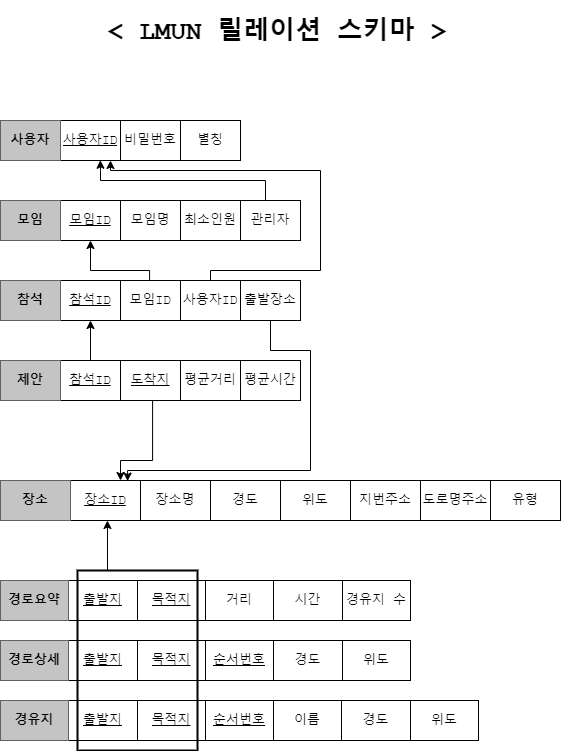
Earlier version of the draw.io export img/LMUN-Relation-Schema.png (jsjg73/LMUN_Ver2.1). Source tidied: cells renumbered, new cells last; positions are measured from the earlier drawing's top-left corner, leaving out a move shared by most shapes.
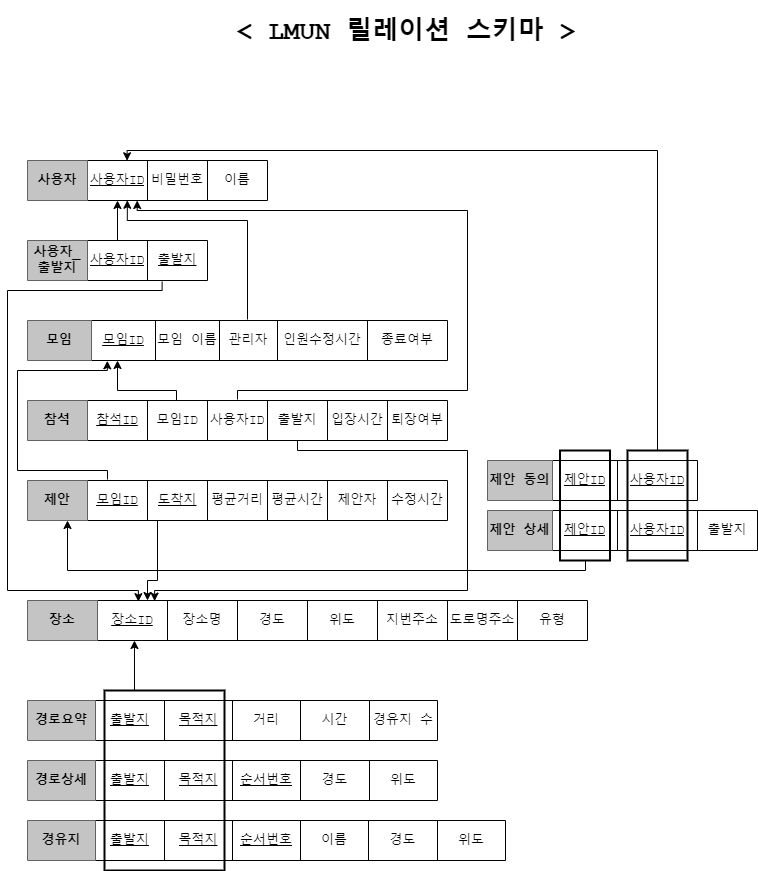
After the change.

Commit message:
update 릴레이션 스키마 이미지

What changed in the source:
```diff
@@ -5,24 +5,27 @@
     <mxCell id="2" style="shape=table;html=1;whiteSpace=wrap;startSize=0;fontFamily=Courier New;fontSize=13;fontColor=default;strokeColor=default;fillColor=default;" parent="1" vertex="1">
-      <mxGeometry y="190" width="300" height="40" as="geometry" />
+      <mxGeometry y="190" width="420" height="40" as="geometry" />
     </mxCell>
     <mxCell id="3" style="shape=partialRectangle;html=1;whiteSpace=wrap;fillColor=none;top=0;left=0;bottom=0;right=0;points=[[0,0.5],[1,0.5]];portConstraint=eastwest;fontFamily=Courier New;fontSize=13;fontColor=default;startSize=0;strokeColor=default;" parent="2" vertex="1">
-      <mxGeometry width="300" height="40" as="geometry" />
+      <mxGeometry width="420" height="40" as="geometry" />
     </mxCell>
     <mxCell id="4" value="&lt;b&gt;모임&lt;/b&gt;" style="shape=partialRectangle;html=1;whiteSpace=wrap;fillColor=#C4C4C4;top=0;left=0;bottom=0;right=0;overflow=hidden;fontFamily=Courier New;fontSize=13;fontColor=default;startSize=0;strokeColor=default;" parent="3" vertex="1">
-      <mxGeometry width="60" height="40" as="geometry" />
+      <mxGeometry width="64" height="40" as="geometry" />
     </mxCell>
     <mxCell id="5" value="&lt;u&gt;모임ID&lt;/u&gt;" style="shape=partialRectangle;html=1;whiteSpace=wrap;fillColor=none;top=0;left=0;bottom=0;right=0;overflow=hidden;fontFamily=Courier New;fontSize=13;fontColor=default;startSize=0;strokeColor=default;" parent="3" vertex="1">
-      <mxGeometry x="60" width="60" height="40" as="geometry" />
+      <mxGeometry x="64" width="64" height="40" as="geometry" />
     </mxCell>
-    <mxCell id="6" value="모임명" style="shape=partialRectangle;html=1;whiteSpace=wrap;fillColor=none;top=0;left=0;bottom=0;right=0;overflow=hidden;fontFamily=Courier New;fontSize=13;fontColor=default;startSize=0;strokeColor=default;" parent="3" vertex="1">
-      <mxGeometry x="120" width="60" height="40" as="geometry" />
+    <mxCell id="6" value="모임 이름" style="shape=partialRectangle;html=1;whiteSpace=wrap;fillColor=none;top=0;left=0;bottom=0;right=0;overflow=hidden;fontFamily=Courier New;fontSize=13;fontColor=default;startSize=0;strokeColor=default;" parent="3" vertex="1">
+      <mxGeometry x="128" width="64" height="40" as="geometry" />
     </mxCell>
-    <mxCell id="7" value="최소인원" style="shape=partialRectangle;html=1;whiteSpace=wrap;fillColor=none;top=0;left=0;bottom=0;right=0;overflow=hidden;fontFamily=Courier New;fontSize=13;fontColor=default;startSize=0;strokeColor=default;" parent="3" vertex="1">
-      <mxGeometry x="180" width="60" height="40" as="geometry" />
+    <mxCell id="7" value="관리자" style="shape=partialRectangle;html=1;whiteSpace=wrap;fillColor=none;top=0;left=0;bottom=0;right=0;overflow=hidden;fontFamily=Courier New;fontSize=13;fontColor=default;startSize=0;strokeColor=default;" parent="3" vertex="1">
+      <mxGeometry x="192" width="58" height="40" as="geometry" />
     </mxCell>
-    <mxCell id="8" value="관리자" style="shape=partialRectangle;html=1;whiteSpace=wrap;fillColor=none;top=0;left=0;bottom=0;right=0;overflow=hidden;fontFamily=Courier New;fontSize=13;fontColor=default;startSize=0;strokeColor=default;" parent="3" vertex="1">
-      <mxGeometry x="240" width="60" height="40" as="geometry" />
+    <mxCell id="8" value="인원수정시간" style="shape=partialRectangle;html=1;whiteSpace=wrap;fillColor=none;top=0;left=0;bottom=0;right=0;overflow=hidden;fontFamily=Courier New;fontSize=13;fontColor=default;startSize=0;strokeColor=default;flipV=1;flipH=1;" parent="3" vertex="1">
+      <mxGeometry x="250" width="90" height="40" as="geometry" />
     </mxCell>
+    <mxCell id="73" value="종료여부" style="shape=partialRectangle;html=1;whiteSpace=wrap;fillColor=none;top=0;left=0;bottom=0;right=0;overflow=hidden;fontFamily=Courier New;fontSize=13;fontColor=default;startSize=0;strokeColor=default;" parent="3" vertex="1">
+      <mxGeometry x="340" width="80" height="40" as="geometry" />
+    </mxCell>
     <mxCell id="9" style="shape=table;html=1;whiteSpace=wrap;startSize=0;fontFamily=Courier New;fontSize=13;fontColor=default;strokeColor=default;fillColor=default;" parent="1" vertex="1">
-      <mxGeometry y="110" width="240" height="40" as="geometry" />
+      <mxGeometry y="30" width="240" height="40" as="geometry" />
     </mxCell>
@@ -40,3 +43,3 @@
     </mxCell>
-    <mxCell id="14" value="별칭" style="shape=partialRectangle;html=1;whiteSpace=wrap;fillColor=none;top=0;left=0;bottom=0;right=0;overflow=hidden;fontFamily=Courier New;fontSize=13;fontColor=default;startSize=0;strokeColor=default;" parent="10" vertex="1">
+    <mxCell id="14" value="이름" style="shape=partialRectangle;html=1;whiteSpace=wrap;fillColor=none;top=0;left=0;bottom=0;right=0;overflow=hidden;fontFamily=Courier New;fontSize=13;fontColor=default;startSize=0;strokeColor=default;" parent="10" vertex="1">
       <mxGeometry x="180" width="60" height="40" as="geometry" />
@@ -44,6 +47,6 @@
     <mxCell id="15" style="shape=table;html=1;whiteSpace=wrap;startSize=0;fontFamily=Courier New;fontSize=13;fontColor=default;strokeColor=default;fillColor=default;fontStyle=1;" parent="1" vertex="1">
-      <mxGeometry y="270" width="300" height="40" as="geometry" />
+      <mxGeometry y="270" width="420" height="40" as="geometry" />
     </mxCell>
     <mxCell id="16" style="shape=partialRectangle;html=1;whiteSpace=wrap;fillColor=none;top=0;left=0;bottom=0;right=0;points=[[0,0.5],[1,0.5]];portConstraint=eastwest;fontFamily=Courier New;fontSize=13;fontColor=default;startSize=0;strokeColor=default;" parent="15" vertex="1">
-      <mxGeometry width="300" height="40" as="geometry" />
+      <mxGeometry width="420" height="40" as="geometry" />
     </mxCell>
@@ -61,5 +64,11 @@
     </mxCell>
-    <mxCell id="21" value="출발장소" style="shape=partialRectangle;html=1;whiteSpace=wrap;fillColor=none;top=0;left=0;bottom=0;right=0;overflow=hidden;fontFamily=Courier New;fontSize=13;fontColor=default;startSize=0;strokeColor=default;" parent="16" vertex="1">
+    <mxCell id="21" value="출발지" style="shape=partialRectangle;html=1;whiteSpace=wrap;fillColor=none;top=0;left=0;bottom=0;right=0;overflow=hidden;fontFamily=Courier New;fontSize=13;fontColor=default;startSize=0;strokeColor=default;" parent="16" vertex="1">
       <mxGeometry x="240" width="60" height="40" as="geometry" />
     </mxCell>
+    <mxCell id="74" value="입장시간" style="shape=partialRectangle;html=1;whiteSpace=wrap;fillColor=none;top=0;left=0;bottom=0;right=0;overflow=hidden;fontFamily=Courier New;fontSize=13;fontColor=default;startSize=0;strokeColor=default;" parent="16" vertex="1">
+      <mxGeometry x="300" width="60" height="40" as="geometry" />
+    </mxCell>
+    <mxCell id="75" value="퇴장여부" style="shape=partialRectangle;html=1;whiteSpace=wrap;fillColor=none;top=0;left=0;bottom=0;right=0;overflow=hidden;fontFamily=Courier New;fontSize=13;fontColor=default;startSize=0;strokeColor=default;" parent="16" vertex="1">
+      <mxGeometry x="360" width="60" height="40" as="geometry" />
+    </mxCell>
     <mxCell id="22" style="shape=table;html=1;whiteSpace=wrap;startSize=0;fontFamily=Courier New;fontSize=13;fontColor=default;strokeColor=default;fillColor=default;fontStyle=1;" parent="1" vertex="1">
@@ -170,6 +179,6 @@
     <mxCell id="57" style="shape=table;html=1;whiteSpace=wrap;startSize=0;fontFamily=Courier New;fontSize=13;fontColor=default;strokeColor=default;fillColor=default;fontStyle=1;" parent="1" vertex="1">
-      <mxGeometry y="350" width="300" height="40" as="geometry" />
+      <mxGeometry y="350" width="420" height="40" as="geometry" />
     </mxCell>
     <mxCell id="58" style="shape=partialRectangle;html=1;whiteSpace=wrap;fillColor=none;top=0;left=0;bottom=0;right=0;points=[[0,0.5],[1,0.5]];portConstraint=eastwest;fontFamily=Courier New;fontSize=13;fontColor=default;startSize=0;strokeColor=default;" parent="57" vertex="1">
-      <mxGeometry width="300" height="40" as="geometry" />
+      <mxGeometry width="420" height="40" as="geometry" />
     </mxCell>
@@ -178,3 +187,3 @@
     </mxCell>
-    <mxCell id="60" value="참석ID" style="shape=partialRectangle;html=1;whiteSpace=wrap;fillColor=none;top=0;left=0;bottom=0;right=0;overflow=hidden;fontFamily=Courier New;fontSize=13;fontColor=default;startSize=0;strokeColor=default;fontStyle=4;" parent="58" vertex="1">
+    <mxCell id="60" value="모임ID" style="shape=partialRectangle;html=1;whiteSpace=wrap;fillColor=none;top=0;left=0;bottom=0;right=0;overflow=hidden;fontFamily=Courier New;fontSize=13;fontColor=default;startSize=0;strokeColor=default;fontStyle=4;" parent="58" vertex="1">
       <mxGeometry x="60" width="60" height="40" as="geometry" />
@@ -190,2 +199,8 @@
     </mxCell>
+    <mxCell id="76" value="제안자" style="shape=partialRectangle;html=1;whiteSpace=wrap;fillColor=none;top=0;left=0;bottom=0;right=0;overflow=hidden;fontFamily=Courier New;fontSize=13;fontColor=default;startSize=0;strokeColor=default;" parent="58" vertex="1">
+      <mxGeometry x="300" width="60" height="40" as="geometry" />
+    </mxCell>
+    <mxCell id="77" value="수정시간" style="shape=partialRectangle;html=1;whiteSpace=wrap;fillColor=none;top=0;left=0;bottom=0;right=0;overflow=hidden;fontFamily=Courier New;fontSize=13;fontColor=default;startSize=0;strokeColor=default;" parent="58" vertex="1">
+      <mxGeometry x="360" width="60" height="40" as="geometry" />
+    </mxCell>
     <mxCell id="64" style="edgeStyle=segmentEdgeStyle;endArrow=classic;html=1;rounded=0;fontFamily=Courier New;fontSize=13;fontColor=default;startSize=0;strokeColor=default;exitX=0.227;exitY=0.015;exitDx=0;exitDy=0;exitPerimeter=0;entryX=0.227;entryY=0.015;entryDx=0;entryDy=0;entryPerimeter=0;" parent="1" edge="1" target="31">
@@ -194,5 +209,5 @@
         <Array as="points">
-          <mxPoint x="270" y="340" />
-          <mxPoint x="310" y="340" />
-          <mxPoint x="310" y="460" />
+          <mxPoint x="270" y="320" />
+          <mxPoint x="440" y="320" />
+          <mxPoint x="440" y="460" />
           <mxPoint x="127" y="460" />
@@ -201,3 +216,3 @@
     </mxCell>
-    <mxCell id="65" style="edgeStyle=segmentEdgeStyle;endArrow=classic;html=1;rounded=0;fontFamily=Courier New;fontSize=13;fontColor=default;startSize=0;strokeColor=default;exitX=0.507;exitY=0.988;exitDx=0;exitDy=0;exitPerimeter=0;" parent="1" edge="1" source="58">
+    <mxCell id="65" style="edgeStyle=segmentEdgeStyle;endArrow=classic;html=1;rounded=0;fontFamily=Courier New;fontSize=13;fontColor=default;startSize=0;strokeColor=default;exitX=0.433;exitY=1;exitDx=0;exitDy=0;exitPerimeter=0;" parent="1" edge="1" source="58">
       <mxGeometry relative="1" as="geometry">
@@ -205,3 +220,3 @@
         <Array as="points">
-          <mxPoint x="152" y="450" />
+          <mxPoint x="130" y="450" />
           <mxPoint x="120" y="450" />
@@ -210,10 +225,17 @@
     </mxCell>
-    <mxCell id="66" style="edgeStyle=segmentEdgeStyle;endArrow=classic;html=1;rounded=0;fontFamily=Courier New;fontSize=13;fontColor=default;startSize=0;strokeColor=default;" parent="1" edge="1">
+    <mxCell id="66" style="edgeStyle=segmentEdgeStyle;endArrow=classic;html=1;rounded=0;fontFamily=Courier New;fontSize=13;fontColor=default;startSize=0;strokeColor=default;entryX=0.19;entryY=1.008;entryDx=0;entryDy=0;entryPerimeter=0;" parent="1" edge="1" target="2">
       <mxGeometry relative="1" as="geometry">
-        <mxPoint x="90" y="350" as="sourcePoint" />
-        <mxPoint x="90" y="310" as="targetPoint" />
+        <mxPoint x="80" y="349" as="sourcePoint" />
+        <Array as="points">
+          <mxPoint x="80" y="340" />
+          <mxPoint x="-10" y="340" />
+          <mxPoint x="-10" y="240" />
+          <mxPoint x="80" y="240" />
+        </Array>
       </mxGeometry>
     </mxCell>
-    <mxCell id="67" style="edgeStyle=segmentEdgeStyle;endArrow=classic;html=1;rounded=0;fontFamily=Courier New;fontSize=13;fontColor=default;startSize=0;strokeColor=default;entryX=0.3;entryY=1;entryDx=0;entryDy=0;entryPerimeter=0;exitX=0.497;exitY=-0.01;exitDx=0;exitDy=0;exitPerimeter=0;" parent="1" edge="1" source="16" target="3">
+    <mxCell id="67" style="edgeStyle=segmentEdgeStyle;endArrow=classic;html=1;rounded=0;fontFamily=Courier New;fontSize=13;fontColor=default;startSize=0;strokeColor=default;" parent="1" edge="1">
       <mxGeometry relative="1" as="geometry">
+        <mxPoint x="149" y="270" as="sourcePoint" />
+        <mxPoint x="90" y="230" as="targetPoint" />
         <Array as="points">
@@ -224,11 +246,10 @@
     </mxCell>
-    <mxCell id="68" style="edgeStyle=segmentEdgeStyle;endArrow=classic;html=1;rounded=0;fontFamily=Courier New;fontSize=13;fontColor=default;startSize=0;strokeColor=default;" parent="1" edge="1">
+    <mxCell id="68" style="edgeStyle=segmentEdgeStyle;endArrow=classic;html=1;rounded=0;fontFamily=Courier New;fontSize=13;fontColor=default;startSize=0;strokeColor=default;entryX=0.457;entryY=1;entryDx=0;entryDy=0;entryPerimeter=0;" parent="1" edge="1" target="10">
       <mxGeometry relative="1" as="geometry">
-        <mxPoint x="210" y="270" as="sourcePoint" />
-        <mxPoint x="110" y="150" as="targetPoint" />
+        <mxPoint x="210" y="269" as="sourcePoint" />
         <Array as="points">
           <mxPoint x="210" y="260" />
-          <mxPoint x="320" y="260" />
-          <mxPoint x="320" y="160" />
-          <mxPoint x="110" y="160" />
+          <mxPoint x="440" y="260" />
+          <mxPoint x="440" y="80" />
+          <mxPoint x="110" y="80" />
         </Array>
@@ -238,7 +259,6 @@
       <mxGeometry relative="1" as="geometry">
-        <mxPoint x="265" y="190" as="sourcePoint" />
+        <mxPoint x="220" y="189" as="sourcePoint" />
         <Array as="points">
-          <mxPoint x="265" y="170" />
-          <mxPoint x="100" y="170" />
-          <mxPoint x="100" y="160" />
+          <mxPoint x="220" y="90" />
+          <mxPoint x="100" y="90" />
         </Array>
@@ -253,4 +273,92 @@
     <mxCell id="72" value="&lt;h1&gt;&amp;lt; LMUN 릴레이션 스키마 &amp;gt;&lt;/h1&gt;" style="text;html=1;strokeColor=none;fillColor=none;spacing=5;spacingTop=-20;whiteSpace=wrap;overflow=hidden;rounded=0;fontFamily=Courier New;fontSize=13;fontColor=default;startSize=0;" parent="1" vertex="1">
-      <mxGeometry x="103" width="357" height="50" as="geometry" />
+      <mxGeometry x="205" y="-120" width="357" height="50" as="geometry" />
     </mxCell>
+    <mxCell id="78" style="shape=table;html=1;whiteSpace=wrap;startSize=0;fontFamily=Courier New;fontSize=13;fontColor=default;strokeColor=default;fillColor=default;" parent="1" vertex="1">
+      <mxGeometry y="110" width="180" height="40" as="geometry" />
+    </mxCell>
+    <mxCell id="79" style="shape=partialRectangle;html=1;whiteSpace=wrap;fillColor=none;top=0;left=0;bottom=0;right=0;points=[[0,0.5],[1,0.5]];portConstraint=eastwest;fontFamily=Courier New;fontSize=13;fontColor=default;startSize=0;strokeColor=default;" parent="78" vertex="1">
+      <mxGeometry width="180" height="40" as="geometry" />
+    </mxCell>
+    <mxCell id="80" value="&lt;b&gt;사용자_출발지&lt;/b&gt;" style="shape=partialRectangle;html=1;whiteSpace=wrap;fillColor=#C4C4C4;top=0;left=0;bottom=0;right=0;overflow=hidden;fontFamily=Courier New;fontSize=13;fontColor=default;startSize=0;strokeColor=default;" parent="79" vertex="1">
+      <mxGeometry width="60" height="40" as="geometry" />
+    </mxCell>
+    <mxCell id="81" value="&lt;u&gt;사용자ID&lt;/u&gt;" style="shape=partialRectangle;html=1;whiteSpace=wrap;fillColor=none;top=0;left=0;bottom=0;right=0;overflow=hidden;fontFamily=Courier New;fontSize=13;fontColor=default;startSize=0;strokeColor=default;" parent="79" vertex="1">
+      <mxGeometry x="60" width="60" height="40" as="geometry" />
+    </mxCell>
+    <mxCell id="82" value="출발지" style="shape=partialRectangle;html=1;whiteSpace=wrap;fillColor=none;top=0;left=0;bottom=0;right=0;overflow=hidden;fontFamily=Courier New;fontSize=13;fontColor=default;startSize=0;strokeColor=default;fontStyle=4;" parent="79" vertex="1">
+      <mxGeometry x="120" width="60" height="40" as="geometry" />
+    </mxCell>
+    <mxCell id="83" style="endArrow=classic;html=1;rounded=0;" parent="1" edge="1" source="79">
+      <mxGeometry relative="1" as="geometry">
+        <mxPoint x="90" y="70" as="targetPoint" />
+      </mxGeometry>
+    </mxCell>
+    <mxCell id="84" style="edgeStyle=segmentEdgeStyle;endArrow=classic;html=1;rounded=0;exitX=0.748;exitY=1.032;exitDx=0;exitDy=0;exitPerimeter=0;entryX=0.198;entryY=0.029;entryDx=0;entryDy=0;entryPerimeter=0;" parent="1" edge="1" source="79" target="31">
+      <mxGeometry relative="1" as="geometry">
+        <Array as="points">
+          <mxPoint x="135" y="160" />
+          <mxPoint x="-20" y="160" />
+          <mxPoint x="-20" y="460" />
+          <mxPoint x="111" y="460" />
+        </Array>
+      </mxGeometry>
+    </mxCell>
+    <mxCell id="85" style="shape=table;html=1;whiteSpace=wrap;startSize=0;fontFamily=Courier New;fontSize=13;fontColor=default;strokeColor=default;fillColor=default;fontStyle=1;" parent="1" vertex="1">
+      <mxGeometry x="460" y="330" width="210" height="40" as="geometry" />
+    </mxCell>
+    <mxCell id="86" style="shape=partialRectangle;html=1;whiteSpace=wrap;fillColor=none;top=0;left=0;bottom=0;right=0;fontFamily=Courier New;fontSize=13;fontColor=default;startSize=0;strokeColor=default;" parent="85" vertex="1">
+      <mxGeometry width="210" height="40" as="geometry" />
+    </mxCell>
+    <mxCell id="87" value="제안 동의" style="shape=partialRectangle;html=1;whiteSpace=wrap;fillColor=#C4C4C4;top=0;left=0;bottom=0;right=0;overflow=hidden;fontFamily=Courier New;fontSize=13;fontColor=default;startSize=0;strokeColor=default;fontStyle=1;" parent="86" vertex="1">
+      <mxGeometry width="65" height="40" as="geometry" />
+    </mxCell>
+    <mxCell id="88" value="제안ID" style="shape=partialRectangle;html=1;whiteSpace=wrap;fillColor=none;top=0;left=0;bottom=0;right=0;overflow=hidden;fontFamily=Courier New;fontSize=13;fontColor=default;startSize=0;strokeColor=default;fontStyle=4;" parent="86" vertex="1">
+      <mxGeometry x="65" width="65" height="40" as="geometry" />
+    </mxCell>
+    <mxCell id="89" value="&lt;u&gt;사용자ID&lt;/u&gt;" style="shape=partialRectangle;html=1;whiteSpace=wrap;fillColor=none;top=0;left=0;bottom=0;right=0;overflow=hidden;fontFamily=Courier New;fontSize=13;fontColor=default;startSize=0;strokeColor=default;" parent="86" vertex="1">
+      <mxGeometry x="130" width="80" height="40" as="geometry" />
+    </mxCell>
+    <mxCell id="90" style="shape=table;html=1;whiteSpace=wrap;startSize=0;fontFamily=Courier New;fontSize=13;fontColor=default;strokeColor=default;fillColor=default;fontStyle=1;" parent="1" vertex="1">
+      <mxGeometry x="460" y="380" width="270" height="40" as="geometry" />
+    </mxCell>
+    <mxCell id="91" style="shape=partialRectangle;html=1;whiteSpace=wrap;fillColor=none;top=0;left=0;bottom=0;right=0;fontFamily=Courier New;fontSize=13;fontColor=default;startSize=0;strokeColor=default;" parent="90" vertex="1">
+      <mxGeometry width="270" height="40" as="geometry" />
+    </mxCell>
+    <mxCell id="92" value="제안 상세" style="shape=partialRectangle;html=1;whiteSpace=wrap;fillColor=#C4C4C4;top=0;left=0;bottom=0;right=0;overflow=hidden;fontFamily=Courier New;fontSize=13;fontColor=default;startSize=0;strokeColor=default;fontStyle=1;" parent="91" vertex="1">
+      <mxGeometry width="65" height="40" as="geometry" />
+    </mxCell>
+    <mxCell id="93" value="제안ID" style="shape=partialRectangle;html=1;whiteSpace=wrap;fillColor=none;top=0;left=0;bottom=0;right=0;overflow=hidden;fontFamily=Courier New;fontSize=13;fontColor=default;startSize=0;strokeColor=default;fontStyle=4;" parent="91" vertex="1">
+      <mxGeometry x="65" width="65" height="40" as="geometry" />
+    </mxCell>
+    <mxCell id="94" value="&lt;u&gt;사용자ID&lt;/u&gt;" style="shape=partialRectangle;html=1;whiteSpace=wrap;fillColor=none;top=0;left=0;bottom=0;right=0;overflow=hidden;fontFamily=Courier New;fontSize=13;fontColor=default;startSize=0;strokeColor=default;" parent="91" vertex="1">
+      <mxGeometry x="130" width="80" height="40" as="geometry" />
+    </mxCell>
+    <mxCell id="95" value="출발지" style="shape=partialRectangle;html=1;whiteSpace=wrap;fillColor=none;top=0;left=0;bottom=0;right=0;overflow=hidden;fontFamily=Courier New;fontSize=13;fontColor=default;startSize=0;strokeColor=default;" parent="91" vertex="1">
+      <mxGeometry x="210" width="60" height="40" as="geometry" />
+    </mxCell>
+    <mxCell id="96" style="rounded=0;whiteSpace=wrap;html=1;fontFamily=Courier New;fontSize=13;fontColor=default;startSize=0;strokeColor=default;strokeWidth=2;fillColor=none;" parent="1" vertex="1">
+      <mxGeometry x="532.5" y="320" width="50" height="110" as="geometry" />
+    </mxCell>
+    <mxCell id="97" style="edgeStyle=segmentEdgeStyle;endArrow=classic;html=1;rounded=0;" parent="1" edge="1">
+      <mxGeometry relative="1" as="geometry">
+        <mxPoint x="558" y="430" as="sourcePoint" />
+        <mxPoint x="40" y="390" as="targetPoint" />
+        <Array as="points">
+          <mxPoint x="558" y="430" />
+          <mxPoint x="558" y="440" />
+          <mxPoint x="40" y="440" />
+        </Array>
+      </mxGeometry>
+    </mxCell>
+    <mxCell id="98" style="rounded=0;whiteSpace=wrap;html=1;fontFamily=Courier New;fontSize=13;fontColor=default;startSize=0;strokeColor=default;strokeWidth=2;fillColor=none;" parent="1" vertex="1">
+      <mxGeometry x="600" y="320" width="60" height="110" as="geometry" />
+    </mxCell>
+    <mxCell id="99" style="edgeStyle=segmentEdgeStyle;endArrow=classic;html=1;rounded=0;exitX=0.5;exitY=0;exitDx=0;exitDy=0;entryX=0.415;entryY=0.006;entryDx=0;entryDy=0;entryPerimeter=0;" parent="1" edge="1" source="98" target="10">
+      <mxGeometry relative="1" as="geometry">
+        <Array as="points">
+          <mxPoint x="630" y="20" />
+          <mxPoint x="100" y="20" />
+        </Array>
+      </mxGeometry>
+    </mxCell>
   </root>
```
